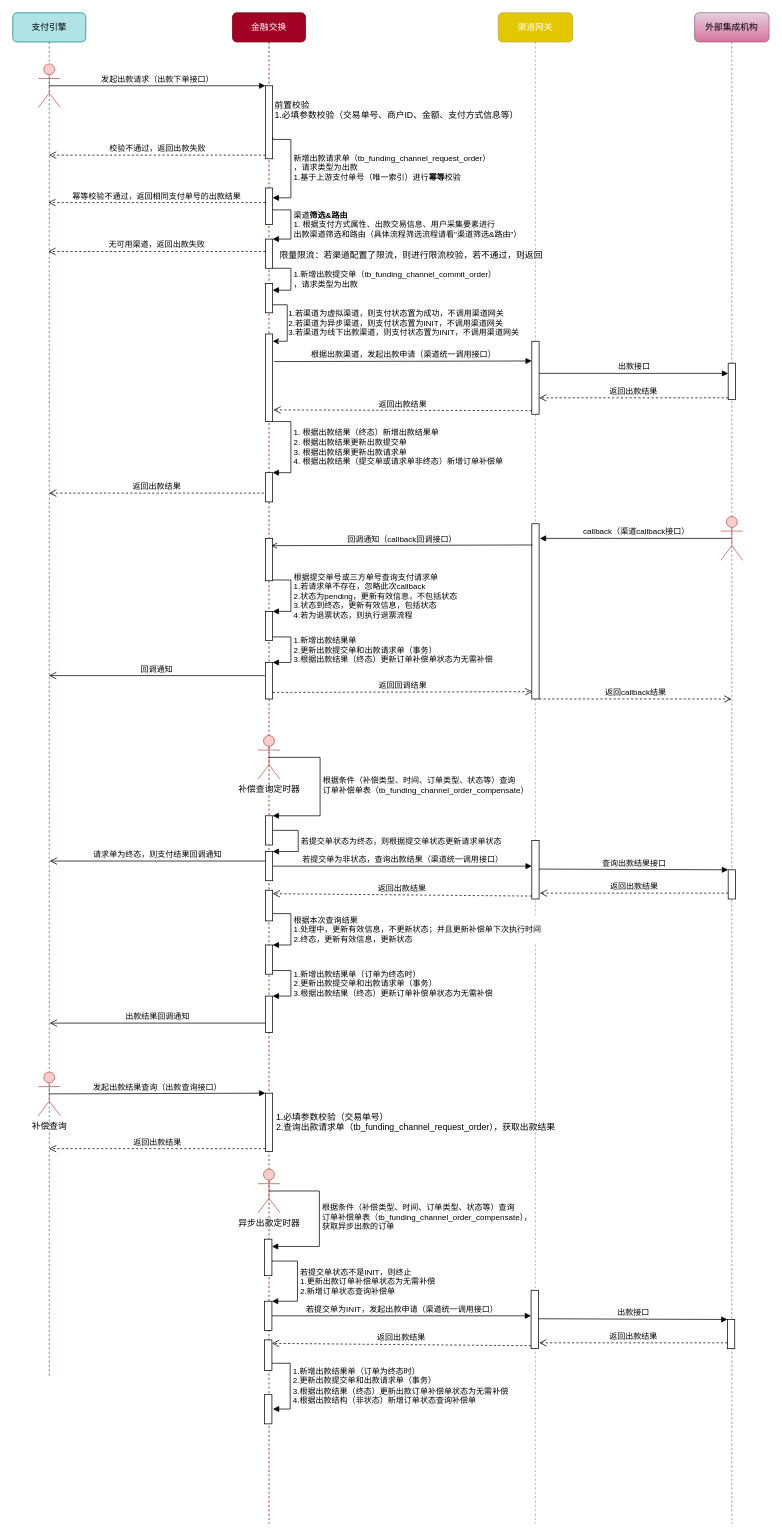
Earlier version of the draw.io diagram page "出款流程" (4 of 9) of 渠道时序图v2.drawio (CatFei666/drawio_gallery). Source tidied: cells renumbered, new cells numbered last; positions are measured from the earlier drawing's top-left corner, leaving out a move shared by most shapes. Both pictures are drawn from the tidied source at 73%, with x=0, y=0 at pixel (12, 12).
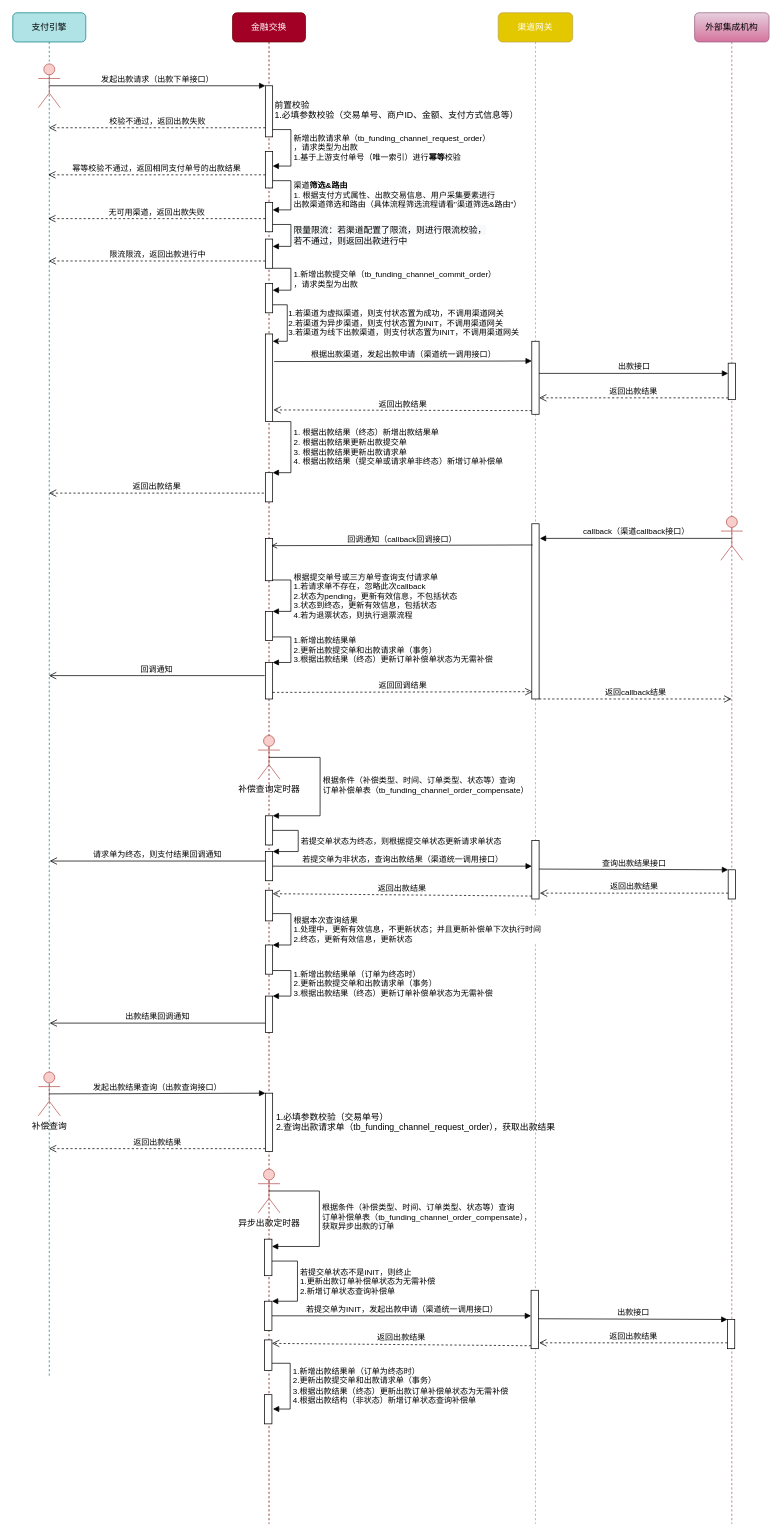
After the change.

Commit message:
更新渠道时序图v2.drawio

The change refers to these unchanged cells:
```xml
<mxCell id="2" value="金融交换" style="shape=umlLifeline;perimeter=lifelinePerimeter;whiteSpace=wrap;html=1;rounded=1;shadow=0;glass=0;comic=0;sketch=0;strokeWidth=1;fontFamily=Verdana;fillColor=#a20025;strokeColor=#6F0000;fontColor=#ffffff;" parent="1" vertex="1">
  <mxGeometry x="301" width="100" height="2070" as="geometry" />
</mxCell>
<mxCell id="16" style="html=1;points=[];perimeter=orthogonalPerimeter;" parent="2" vertex="1">
  <mxGeometry x="45" y="310" width="10" height="40" as="geometry" />
</mxCell>
<mxCell id="38" value="支付引擎" style="shape=umlLifeline;perimeter=lifelinePerimeter;whiteSpace=wrap;html=1;outlineConnect=0;rounded=1;shadow=0;glass=0;comic=0;sketch=0;strokeWidth=1;fontFamily=Verdana;fillColor=#b0e3e6;strokeColor=#0e8088;" parent="1" vertex="1">
  <mxGeometry width="100" height="1870" as="geometry" />
</mxCell>
```

What changed in the source:
```diff
@@
     <mxCell id="3" style="html=1;points=[];perimeter=orthogonalPerimeter;strokeWidth=1;fillColor=#FFFFFF;" parent="2" vertex="1">
-      <mxGeometry x="45" y="100" width="10" height="100" as="geometry" />
+      <mxGeometry x="45" y="100" width="10" height="70" as="geometry" />
     </mxCell>
     <mxCell id="4" style="html=1;points=[];perimeter=orthogonalPerimeter;strokeWidth=1;fillColor=#FFFFFF;align=left;" parent="2" vertex="1">
-      <mxGeometry x="45" y="240" width="10" height="50" as="geometry" />
+      <mxGeometry x="45" y="190" width="10" height="50" as="geometry" />
     </mxCell>
@@
-    <mxCell id="17" value="&lt;span style=&quot;font-family: &amp;#34;helvetica&amp;#34;&quot;&gt;渠道&lt;b&gt;筛选&amp;amp;路由&lt;/b&gt;&lt;/span&gt;&lt;br style=&quot;font-family: &amp;#34;helvetica&amp;#34;&quot;&gt;&lt;span style=&quot;font-family: &amp;#34;helvetica&amp;#34;&quot;&gt;1. 根据支付方式属性、出款交易信息、用户采集要素进行&lt;br&gt;出款渠道筛选和路由（具体流程筛选流程请看&quot;渠道筛选&amp;amp;路由&quot;）&lt;/span&gt;" style="edgeStyle=orthogonalEdgeStyle;html=1;align=left;spacingLeft=2;endArrow=block;rounded=0;entryX=1;entryY=0;" parent="2" edge="1" source="4" target="16">
+    <mxCell id="17" value="&lt;span style=&quot;font-family: &amp;#34;helvetica&amp;#34;&quot;&gt;渠道&lt;b&gt;筛选&amp;amp;路由&lt;/b&gt;&lt;/span&gt;&lt;br style=&quot;font-family: &amp;#34;helvetica&amp;#34;&quot;&gt;&lt;span style=&quot;font-family: &amp;#34;helvetica&amp;#34;&quot;&gt;1. 根据支付方式属性、出款交易信息、用户采集要素进行&lt;br&gt;出款渠道筛选和路由（具体流程筛选流程请看&quot;渠道筛选&amp;amp;路由&quot;）&lt;/span&gt;" style="edgeStyle=orthogonalEdgeStyle;html=1;align=left;spacingLeft=2;endArrow=block;rounded=0;" parent="2" edge="1" source="4" target="80">
       <mxGeometry relative="1" as="geometry">
         <Array as="points">
+          <mxPoint x="80" y="230" />
           <mxPoint x="80" y="270" />
-          <mxPoint x="80" y="310" />
         </Array>
       </mxGeometry>
     </mxCell>
+    <mxCell id="56" value="&lt;span style=&quot;font-family: &amp;#34;helvetica&amp;#34;&quot;&gt;新增出款请求单（tb_funding_channel_request_order）&lt;/span&gt;&lt;br style=&quot;font-family: &amp;#34;helvetica&amp;#34;&quot;&gt;&lt;span style=&quot;font-family: &amp;#34;helvetica&amp;#34;&quot;&gt;，请求类型为出款&lt;/span&gt;&lt;span style=&quot;font-family: &amp;#34;helvetica&amp;#34;&quot;&gt;&lt;br&gt;1.基于上游支付单号（唯一索引）进行&lt;b&gt;幂等&lt;/b&gt;校验&lt;br&gt;&lt;/span&gt;" style="edgeStyle=orthogonalEdgeStyle;html=1;align=left;spacingLeft=2;endArrow=block;rounded=0;" parent="2" edge="1" source="3" target="4">
+      <mxGeometry relative="1" as="geometry">
+        <Array as="points">
+          <mxPoint x="80" y="160" />
+          <mxPoint x="80" y="210" />
+        </Array>
+      </mxGeometry>
+    </mxCell>
+    <mxCell id="80" style="html=1;points=[];perimeter=orthogonalPerimeter;" parent="2" vertex="1">
+      <mxGeometry x="45" y="260" width="10" height="40" as="geometry" />
+    </mxCell>
@@
-    <mxCell id="27" value="校验不通过，返回出款失败" style="html=1;verticalAlign=bottom;endArrow=open;dashed=1;endSize=8;exitX=0;exitY=0.95;" parent="1" edge="1" source="3" target="38">
-      <mxGeometry relative="1" as="geometry" />
+    <mxCell id="27" value="校验不通过，返回出款失败" style="html=1;verticalAlign=bottom;endArrow=open;dashed=1;endSize=8;exitX=0;exitY=0.95;" parent="1" edge="1">
+      <mxGeometry relative="1" as="geometry">
+        <mxPoint x="346" y="157.5" as="sourcePoint" />
+        <mxPoint x="49.5" y="157.5" as="targetPoint" />
+      </mxGeometry>
     </mxCell>
@@
-    <mxCell id="56" value="&lt;span style=&quot;font-family: &amp;#34;helvetica&amp;#34;&quot;&gt;新增出款请求单（tb_funding_channel_request_order）&lt;/span&gt;&lt;br style=&quot;font-family: &amp;#34;helvetica&amp;#34;&quot;&gt;&lt;span style=&quot;font-family: &amp;#34;helvetica&amp;#34;&quot;&gt;，请求类型为出款&lt;/span&gt;&lt;span style=&quot;font-family: &amp;#34;helvetica&amp;#34;&quot;&gt;&lt;br&gt;1.基于上游支付单号（唯一索引）进行&lt;b&gt;幂等&lt;/b&gt;校验&lt;br&gt;&lt;/span&gt;" style="edgeStyle=orthogonalEdgeStyle;html=1;align=left;spacingLeft=2;endArrow=block;rounded=0;exitX=1;exitY=0.956;exitDx=0;exitDy=0;exitPerimeter=0;entryX=1;entryY=0.475;entryDx=0;entryDy=0;entryPerimeter=0;" parent="1" edge="1">
-      <mxGeometry relative="1" as="geometry">
-        <mxPoint x="356" y="170" as="sourcePoint" />
-        <mxPoint x="356" y="253.5" as="targetPoint" />
-        <Array as="points">
-          <mxPoint x="356" y="173.5" />
-          <mxPoint x="381" y="173.5" />
-          <mxPoint x="381" y="253.5" />
-        </Array>
-      </mxGeometry>
-    </mxCell>
     <mxCell id="57" value="幂等校验不通过，返回相同支付单号的出款结果" style="html=1;verticalAlign=bottom;endArrow=open;dashed=1;endSize=8;exitX=0.1;exitY=0.725;exitDx=0;exitDy=0;exitPerimeter=0;" parent="1" edge="1">
       <mxGeometry relative="1" as="geometry">
-        <mxPoint x="346" y="260" as="sourcePoint" />
-        <mxPoint x="48.5" y="260" as="targetPoint" />
+        <mxPoint x="346" y="222" as="sourcePoint" />
+        <mxPoint x="48.5" y="222" as="targetPoint" />
       </mxGeometry>
     </mxCell>
     <mxCell id="58" value="无可用渠道，返回出款失败" style="html=1;verticalAlign=bottom;endArrow=open;dashed=1;endSize=8;exitX=0.1;exitY=0.725;exitDx=0;exitDy=0;exitPerimeter=0;" parent="1" edge="1">
       <mxGeometry relative="1" as="geometry">
-        <mxPoint x="346" y="327" as="sourcePoint" />
-        <mxPoint x="48.5" y="327" as="targetPoint" />
+        <mxPoint x="346" y="282" as="sourcePoint" />
+        <mxPoint x="48.5" y="282" as="targetPoint" />
       </mxGeometry>
     </mxCell>
@@
-    <mxCell id="79" value="限量限流：若渠道配置了限流，则进行限流校验，若不通过，则返回" style="text;align=left;fontStyle=0;verticalAlign=middle;spacingLeft=3;spacingRight=3;strokeColor=none;" parent="1" vertex="1">
-      <mxGeometry x="361" y="315" width="220" height="33" as="geometry" />
-    </mxCell>
+    <mxCell id="81" value="&lt;span style=&quot;font-size: 12px ; background-color: rgb(248 , 249 , 250)&quot;&gt;限量限流：若渠道配置了限流，则进行限流校验，&lt;br&gt;若不通过，则返回出款进行中&lt;/span&gt;" style="edgeStyle=orthogonalEdgeStyle;html=1;align=left;spacingLeft=2;endArrow=block;rounded=0;" parent="1" edge="1" target="16">
+      <mxGeometry relative="1" as="geometry">
+        <mxPoint x="356" y="290" as="sourcePoint" />
+        <Array as="points">
+          <mxPoint x="381" y="290" />
+          <mxPoint x="381" y="320" />
+        </Array>
+      </mxGeometry>
+    </mxCell>
+    <mxCell id="82" value="限流限流，返回出款进行中" style="html=1;verticalAlign=bottom;endArrow=open;dashed=1;endSize=8;exitX=0.033;exitY=0.72;exitDx=0;exitDy=0;exitPerimeter=0;" parent="1" edge="1">
+      <mxGeometry relative="1" as="geometry">
+        <mxPoint x="346" y="340" as="sourcePoint" />
+        <mxPoint x="49.2" y="340" as="targetPoint" />
+      </mxGeometry>
+    </mxCell>
```
